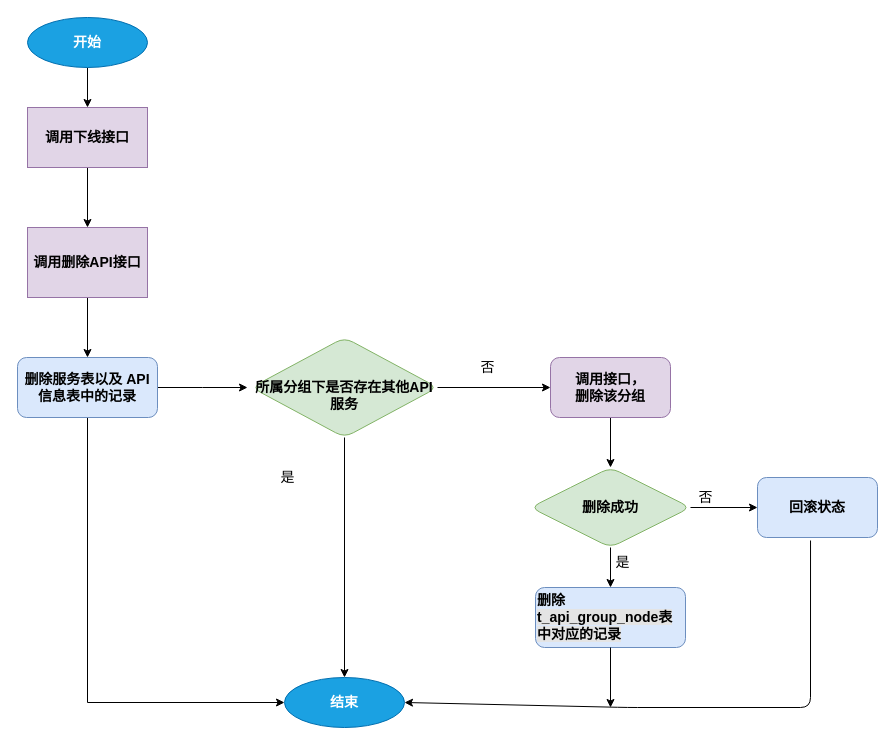
This is page "删除 API服务" (2 of 13) of 国税总局迭代三设计.drawio from helemile/notes, a draw.io file, before an edit. Source tidied: cells renumbered, new cells numbered last; positions are measured from the earlier drawing's top-left corner, leaving out a move shared by most shapes. Both pictures are drawn from the tidied source at 100%, with x=0, y=0 at pixel (17, 17).
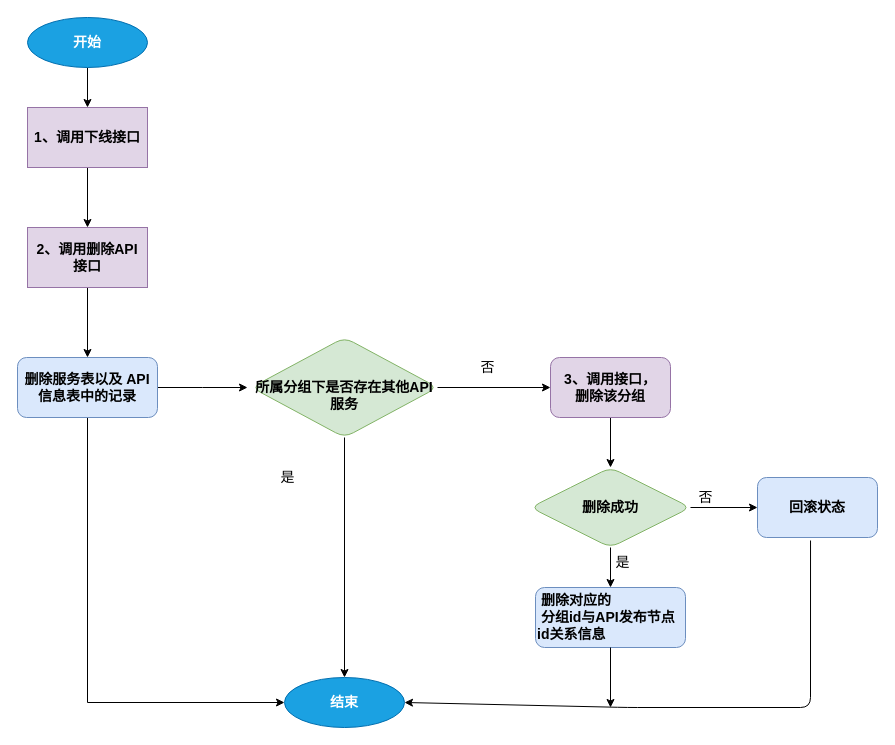
After the change.

Change to the diagram source:
```diff
@@
-    <mxCell id="3" value="调用下线接口" style="rounded=0;whiteSpace=wrap;html=1;fontSize=14;fillColor=#e1d5e7;strokeColor=#9673a6;fontStyle=1;" parent="1" vertex="1">
+    <mxCell id="3" value="1、调用下线接口" style="rounded=0;whiteSpace=wrap;html=1;fontSize=14;fillColor=#e1d5e7;strokeColor=#9673a6;fontStyle=1;" parent="1" vertex="1">
       <mxGeometry x="10" y="90" width="120" height="60" as="geometry" />
     </mxCell>
@@
-    <mxCell id="5" value="调用删除API接口" style="rounded=0;whiteSpace=wrap;html=1;fontSize=14;fontStyle=1;fillColor=#e1d5e7;strokeColor=#9673a6;" parent="1" vertex="1">
-      <mxGeometry x="10" y="210" width="120" height="70" as="geometry" />
+    <mxCell id="5" value="2、调用删除API&lt;br&gt;接口" style="rounded=0;whiteSpace=wrap;html=1;fontSize=14;fontStyle=1;fillColor=#e1d5e7;strokeColor=#9673a6;" parent="1" vertex="1">
+      <mxGeometry x="10" y="210" width="120" height="60" as="geometry" />
     </mxCell>
@@
-    <mxCell id="16" value="调用接口，&lt;br&gt;删除该分组" style="whiteSpace=wrap;html=1;rounded=1;fontSize=14;fontStyle=1;strokeColor=#9673a6;fillColor=#e1d5e7;" parent="1" vertex="1">
+    <mxCell id="16" value="3、调用接口，&lt;br&gt;删除该分组" style="whiteSpace=wrap;html=1;rounded=1;fontSize=14;fontStyle=1;strokeColor=#9673a6;fillColor=#e1d5e7;" parent="1" vertex="1">
       <mxGeometry x="533" y="340" width="120" height="60" as="geometry" />
     </mxCell>
@@
-    <mxCell id="22" value="删除&lt;span style=&quot;background-color: rgb(228 , 228 , 228)&quot;&gt;t_api_group_node表中对应的记录&lt;/span&gt;" style="whiteSpace=wrap;html=1;rounded=1;fontSize=14;fontStyle=1;strokeColor=#6c8ebf;fillColor=#dae8fc;align=left;" parent="1" vertex="1">
+    <mxCell id="22" value="&amp;nbsp;删除对应的&lt;br&gt;&amp;nbsp;分组id与API发布节点id关系信息" style="whiteSpace=wrap;html=1;rounded=1;fontSize=14;fontStyle=1;strokeColor=#6c8ebf;fillColor=#dae8fc;align=left;" parent="1" vertex="1">
       <mxGeometry x="518" y="570" width="150" height="60" as="geometry" />
     </mxCell>
```
